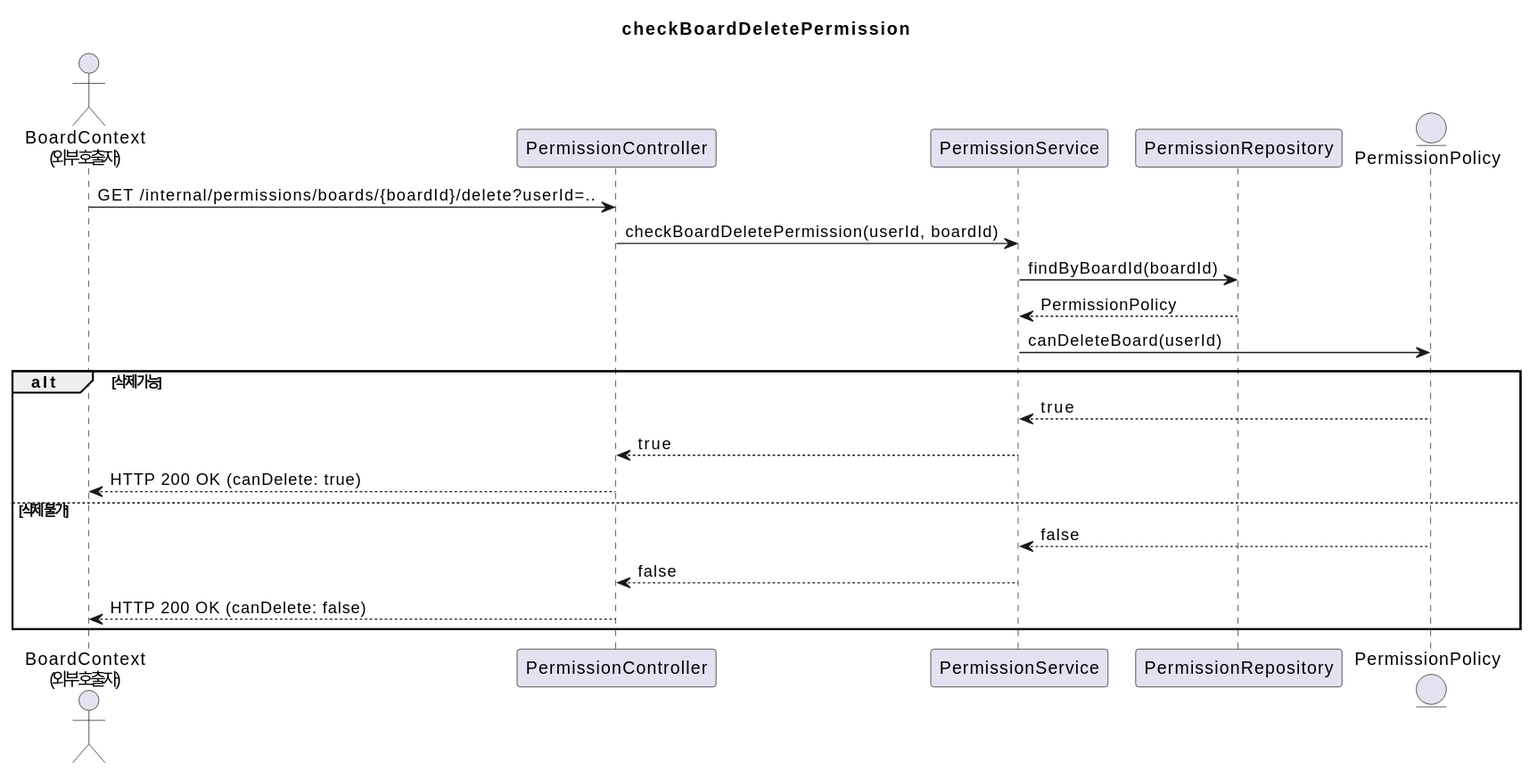
The PlantUML diagram document/puml/event/internalAPI/permissionContext/permissionAggregate/checkBoardDeletePermissionInternal.svg in SimpleBoardTeam/server-hyunchang, before a commit.
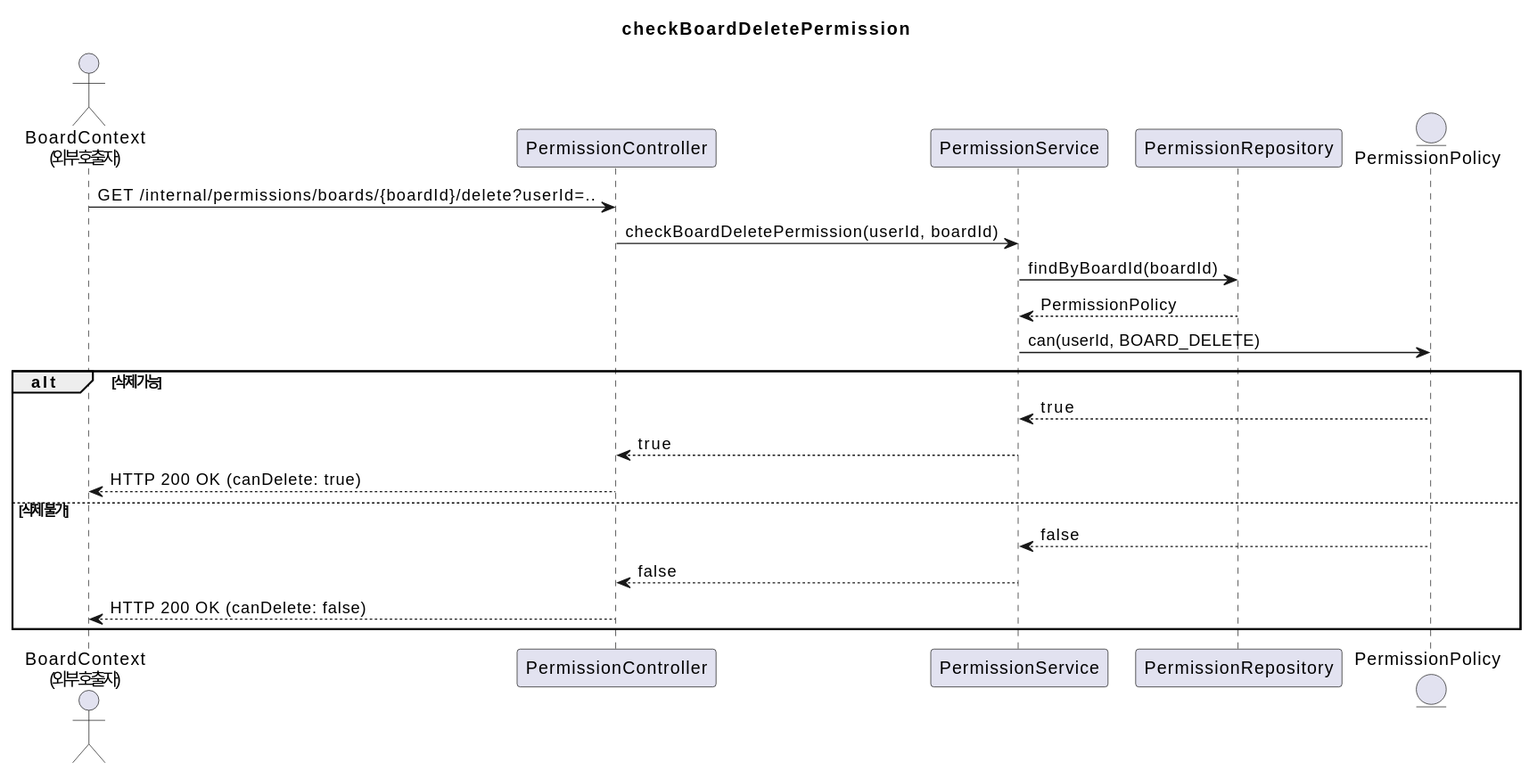
The same diagram one commit later.

Commit message:
chore(diagram): auto-generate SVGs

Change to the diagram source:
```diff
@@ -13,7 +13,8 @@
 PermissionService -> PermissionRepository : findByBoardId(boardId)
 PermissionRepository --> PermissionService : PermissionPolicy
 
-PermissionService -> PermissionPolicy : canDeleteBoard(userId)
+PermissionService -> PermissionPolicy : can(userId, BOARD_DELETE)
+
 
 alt 삭제 가능
   PermissionPolicy --> PermissionService : true
```
